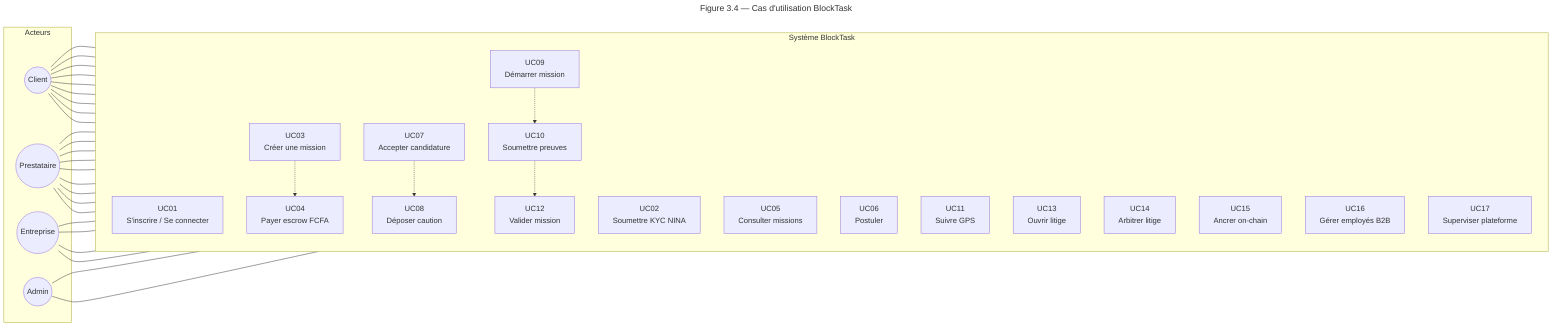
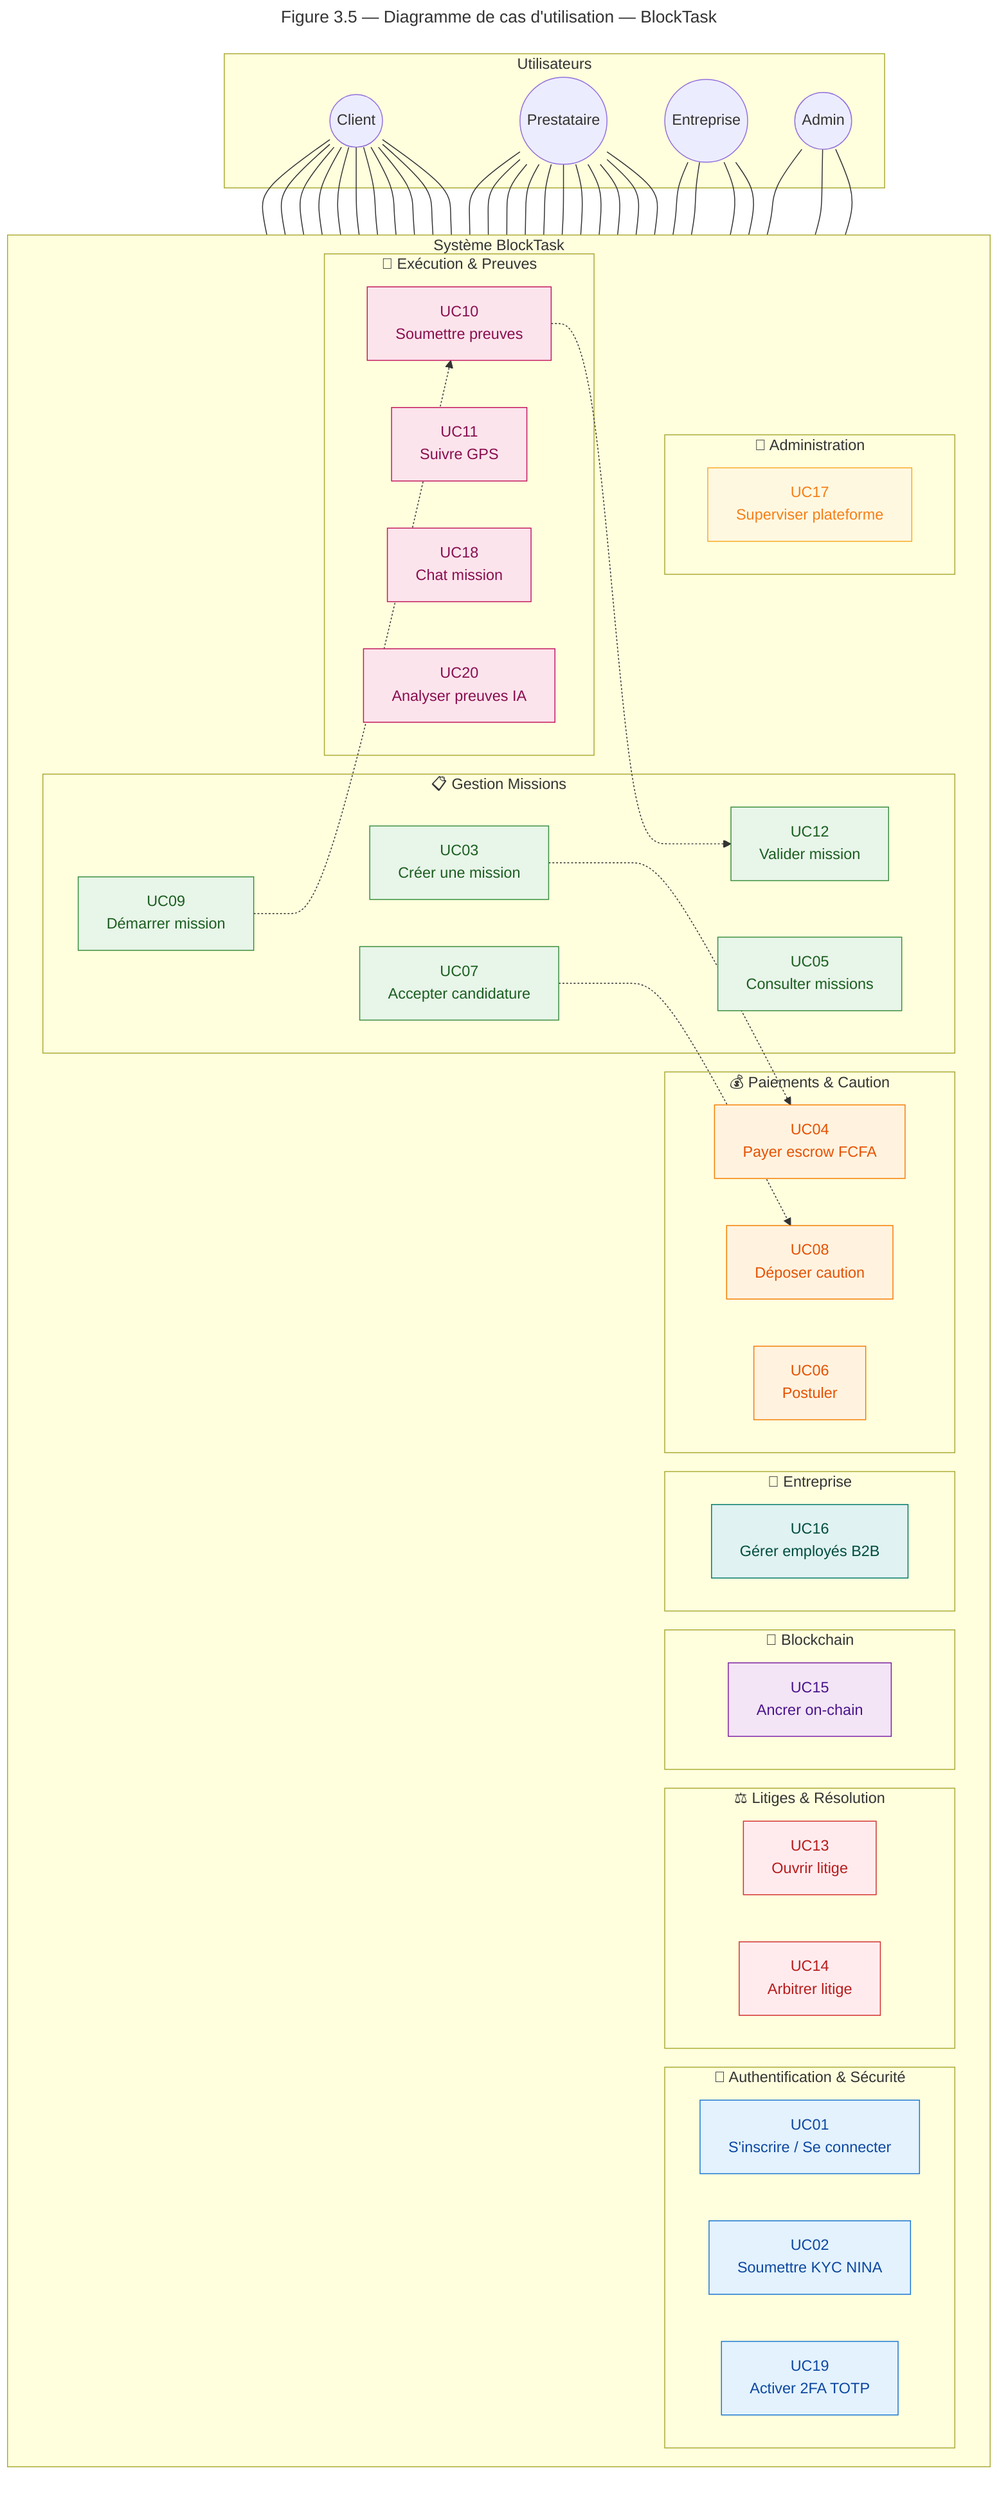
---
- title: Figure 3.4 — Cas d'utilisation BlockTask
+ title: Figure 3.5 — Diagramme de cas d'utilisation — BlockTask
---
- flowchart LR
-     subgraph Acteurs
+ flowchart TB
+     subgraph Acteurs["Utilisateurs"]
        C((Client))
        P((Prestataire))
        E((Entreprise))
        A((Admin))
    end

    subgraph BlockTask["Système BlockTask"]
-         direction TB
-         UC01["UC01<br/>S'inscrire / Se connecter"]
-         UC02["UC02<br/>Soumettre KYC NINA"]
-         UC03["UC03<br/>Créer une mission"]
-         UC04["UC04<br/>Payer escrow FCFA"]
-         UC05["UC05<br/>Consulter missions"]
-         UC06["UC06<br/>Postuler"]
-         UC07["UC07<br/>Accepter candidature"]
-         UC08["UC08<br/>Déposer caution"]
-         UC09["UC09<br/>Démarrer mission"]
-         UC10["UC10<br/>Soumettre preuves"]
-         UC11["UC11<br/>Suivre GPS"]
-         UC12["UC12<br/>Valider mission"]
-         UC13["UC13<br/>Ouvrir litige"]
-         UC14["UC14<br/>Arbitrer litige"]
-         UC15["UC15<br/>Ancrer on-chain"]
-         UC16["UC16<br/>Gérer employés B2B"]
-         UC17["UC17<br/>Superviser plateforme"]
+         direction LR
+ 
+         subgraph Auth["🔐 Authentification & Sécurité"]
+             UC01["UC01<br/>S'inscrire / Se connecter"]
+             UC02["UC02<br/>Soumettre KYC NINA"]
+             UC19["UC19<br/>Activer 2FA TOTP"]
+         end
+ 
+         subgraph Mission["📋 Gestion Missions"]
+             UC03["UC03<br/>Créer une mission"]
+             UC05["UC05<br/>Consulter missions"]
+             UC07["UC07<br/>Accepter candidature"]
+             UC09["UC09<br/>Démarrer mission"]
+             UC12["UC12<br/>Valider mission"]
+         end
+ 
+         subgraph Payment["💰 Paiements & Caution"]
+             UC04["UC04<br/>Payer escrow FCFA"]
+             UC06["UC06<br/>Postuler"]
+             UC08["UC08<br/>Déposer caution"]
+         end
+ 
+         subgraph Execution["🚀 Exécution & Preuves"]
+             UC10["UC10<br/>Soumettre preuves"]
+             UC11["UC11<br/>Suivre GPS"]
+             UC18["UC18<br/>Chat mission"]
+             UC20["UC20<br/>Analyser preuves IA"]
+         end
+ 
+         subgraph Litiges["⚖️ Litiges & Résolution"]
+             UC13["UC13<br/>Ouvrir litige"]
+             UC14["UC14<br/>Arbitrer litige"]
+         end
+ 
+         subgraph Blockchain["🔗 Blockchain"]
+             UC15["UC15<br/>Ancrer on-chain"]
+         end
+ 
+         subgraph B2B["🏢 Entreprise"]
+             UC16["UC16<br/>Gérer employés B2B"]
+         end
+ 
+         subgraph Admin["👤 Administration"]
+             UC17["UC17<br/>Superviser plateforme"]
+         end
    end

-     C --- UC01 & UC02 & UC03 & UC04 & UC07 & UC11 & UC12 & UC13 & UC15
-     P --- UC01 & UC02 & UC05 & UC06 & UC08 & UC09 & UC10 & UC13 & UC15
+     %% Liens acteurs vers cas d'utilisation
+     C --- UC01 & UC02 & UC03 & UC04 & UC07 & UC11 & UC12 & UC13 & UC15 & UC18 & UC19
+     P --- UC01 & UC02 & UC05 & UC06 & UC08 & UC09 & UC10 & UC13 & UC15 & UC18 & UC19
    E --- UC01 & UC03 & UC11 & UC16
-     A --- UC14 & UC17
+     A --- UC14 & UC17 & UC20

+     %% Dépendances entre cas d'utilisation
    UC03 -.-> UC04
    UC07 -.-> UC08
    UC09 -.-> UC10
    UC10 -.-> UC12
+ 
+     %% Styles pour meilleure lisibilité
+     classDef authBox fill:#e3f2fd,stroke:#1976d2,color:#0d47a1
+     classDef missionBox fill:#e8f5e9,stroke:#388e3c,color:#1b5e20
+     classDef paymentBox fill:#fff3e0,stroke:#f57c00,color:#e65100
+     classDef executionBox fill:#fce4ec,stroke:#c2185b,color:#880e4f
+     classDef disputeBox fill:#ffebee,stroke:#d32f2f,color:#b71c1c
+     classDef blockchainBox fill:#f3e5f5,stroke:#7b1fa2,color:#4a148c
+     classDef b2bBox fill:#e0f2f1,stroke:#00796b,color:#004d40
+     classDef adminBox fill:#fff8e1,stroke:#f9a825,color:#f57f17
+ 
+     class UC01,UC02,UC19 authBox
+     class UC03,UC05,UC07,UC09,UC12 missionBox
+     class UC04,UC06,UC08 paymentBox
+     class UC10,UC11,UC18,UC20 executionBox
+     class UC13,UC14 disputeBox
+     class UC15 blockchainBox
+     class UC16 b2bBox
+     class UC17 adminBox
